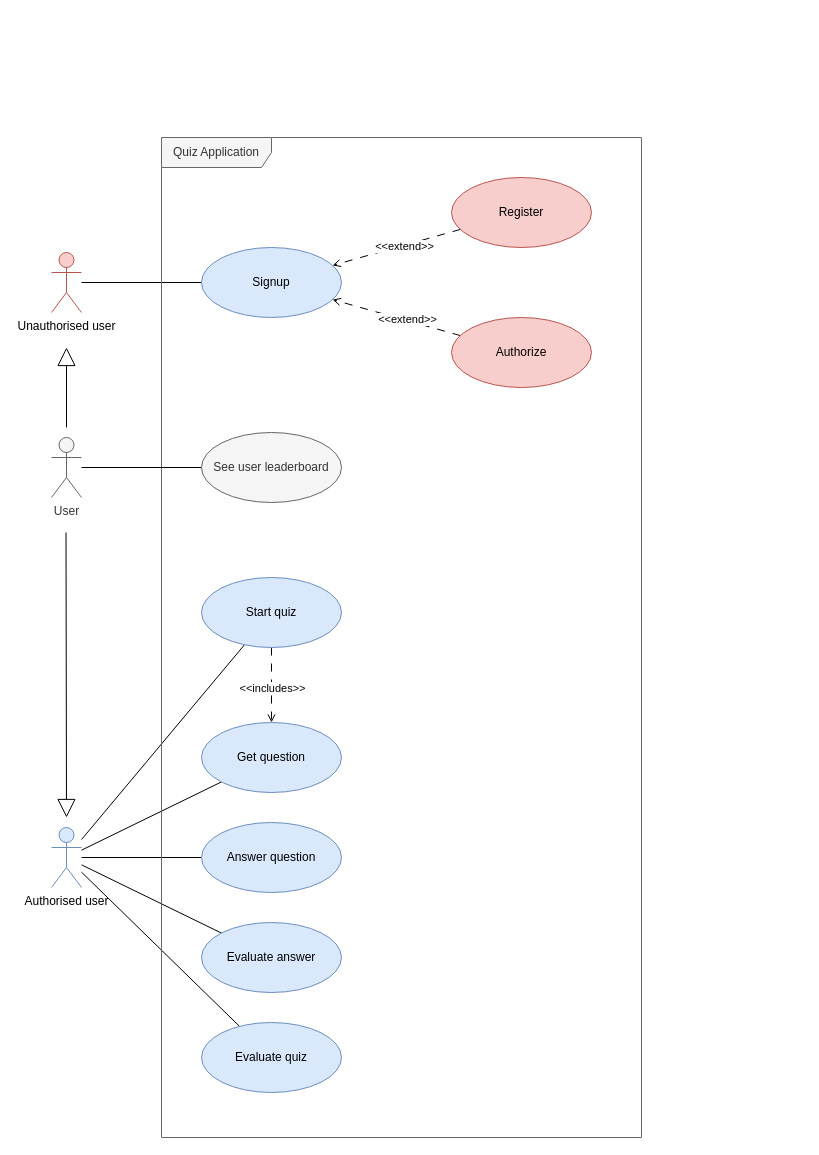
Earlier version of the draw.io diagram business_assignment/assets/quiz-use_cases.drawio (TomasGazo/slsp-solution-design-demo). Source tidied: cells renumbered, new cells numbered last; positions are measured from the earlier drawing's top-left corner, leaving out a move shared by most shapes. Both pictures are drawn from the tidied source at 100%, with x=0, y=0 at pixel (51, 137).
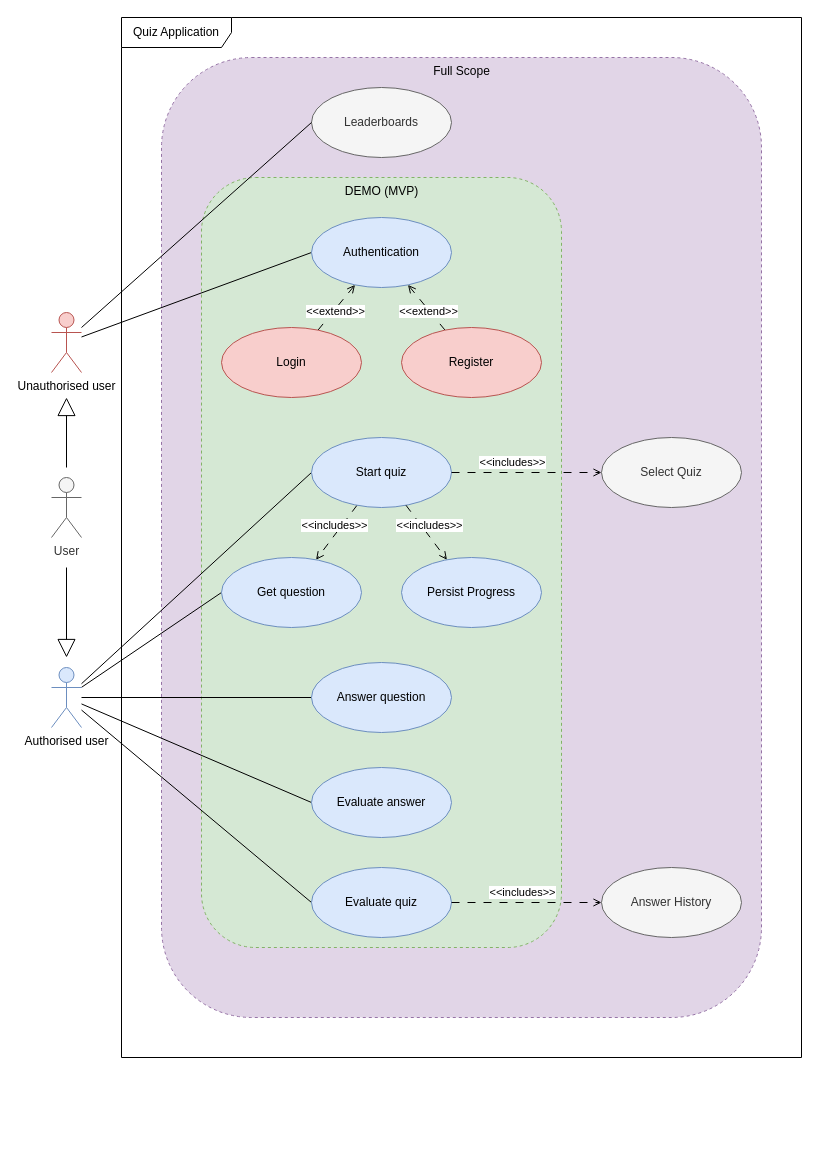
The same page after the edit.

Commit message (it also covers changes not shown here):
Updates Business Assignment - scope, requirements & UX

What changed in the source:
```diff
@@
+    <mxCell id="10" value="Quiz Application" style="shape=umlFrame;whiteSpace=wrap;html=1;width=110;height=30;" parent="1" vertex="1">
+      <mxGeometry x="70" y="-120" width="680" height="1040" as="geometry" />
+    </mxCell>
+    <mxCell id="30" value="Full Scope" style="html=1;fillColor=#e1d5e7;verticalAlign=top;strokeColor=#9673a6;dashed=1;rounded=1;perimeterSpacing=0;perimeter=rectanglePerimeter;" parent="1" vertex="1">
+      <mxGeometry x="110" y="-80" width="600" height="960" as="geometry" />
+    </mxCell>
+    <mxCell id="31" value="DEMO (MVP)" style="html=1;fillColor=#d5e8d4;verticalAlign=top;strokeColor=#82b366;dashed=1;rounded=1;perimeterSpacing=0;perimeter=rectanglePerimeter;" parent="1" vertex="1">
+      <mxGeometry x="150" y="40" width="360" height="770" as="geometry" />
+    </mxCell>
-    <mxCell id="2" style="edgeStyle=orthogonalEdgeStyle;rounded=0;jettySize=auto;html=1;endArrow=none;endFill=0;" parent="1" edge="1" source="3" target="11">
+    <mxCell id="2" style="rounded=0;jettySize=auto;html=1;endArrow=none;endFill=0;entryX=0;entryY=0.5;entryDx=0;entryDy=0;" parent="1" edge="1" source="3" target="11">
       <mxGeometry relative="1" as="geometry" />
     </mxCell>
     <mxCell id="3" value="Unauthorised user" style="shape=umlActor;verticalLabelPosition=bottom;verticalAlign=top;html=1;fillColor=#f8cecc;strokeColor=#b85450;" parent="1" vertex="1">
-      <mxGeometry y="115" width="30" height="60" as="geometry" />
+      <mxGeometry y="175" width="30" height="60" as="geometry" />
     </mxCell>
-    <mxCell id="4" style="rounded=0;jettySize=auto;html=1;endArrow=none;endFill=0;" parent="1" edge="1" source="9" target="20">
+    <mxCell id="4" style="rounded=0;jettySize=auto;html=1;endArrow=none;endFill=0;entryX=0;entryY=0.5;entryDx=0;entryDy=0;" parent="1" edge="1" source="9" target="20">
       <mxGeometry relative="1" as="geometry" />
     </mxCell>
-    <mxCell id="5" style="rounded=0;jettySize=auto;html=1;endArrow=none;endFill=0;" parent="1" edge="1" source="9" target="23">
+    <mxCell id="5" style="rounded=0;jettySize=auto;html=1;endArrow=none;endFill=0;entryX=0;entryY=0.5;entryDx=0;entryDy=0;" parent="1" edge="1" source="9" target="23">
       <mxGeometry relative="1" as="geometry" />
     </mxCell>
-    <mxCell id="6" style="rounded=0;jettySize=auto;html=1;endArrow=none;endFill=0;" parent="1" edge="1" source="9" target="25">
+    <mxCell id="6" style="rounded=0;jettySize=auto;html=1;endArrow=none;endFill=0;entryX=0;entryY=0.5;entryDx=0;entryDy=0;" parent="1" edge="1" source="9" target="25">
       <mxGeometry relative="1" as="geometry" />
     </mxCell>
@@
-    <mxCell id="8" style="rounded=0;jettySize=auto;html=1;endArrow=none;endFill=0;" parent="1" edge="1" source="9" target="26">
+    <mxCell id="8" style="rounded=0;jettySize=auto;html=1;endArrow=none;endFill=0;entryX=0;entryY=0.5;entryDx=0;entryDy=0;" parent="1" edge="1" source="9" target="26">
       <mxGeometry relative="1" as="geometry" />
     </mxCell>
     <mxCell id="9" value="Authorised user" style="shape=umlActor;verticalLabelPosition=bottom;verticalAlign=top;html=1;fillColor=#dae8fc;strokeColor=#6c8ebf;" parent="1" vertex="1">
-      <mxGeometry y="690" width="30" height="60" as="geometry" />
+      <mxGeometry y="530" width="30" height="60" as="geometry" />
     </mxCell>
-    <mxCell id="10" value="Quiz Application" style="shape=umlFrame;whiteSpace=wrap;html=1;width=110;height=30;fillColor=#f5f5f5;fontColor=#333333;strokeColor=#666666;" parent="1" vertex="1">
-      <mxGeometry x="110" width="480" height="1000" as="geometry" />
-    </mxCell>
-    <mxCell id="11" value="Signup" style="ellipse;whiteSpace=wrap;html=1;fillColor=#dae8fc;strokeColor=#6c8ebf;" parent="1" vertex="1">
-      <mxGeometry x="150" y="110" width="140" height="70" as="geometry" />
+    <mxCell id="11" value="Authentication" style="ellipse;whiteSpace=wrap;html=1;fillColor=#dae8fc;strokeColor=#6c8ebf;" parent="1" vertex="1">
+      <mxGeometry x="260" y="80" width="140" height="70" as="geometry" />
     </mxCell>
@@
     <mxCell id="14" value="Register" style="ellipse;whiteSpace=wrap;html=1;fillColor=#f8cecc;strokeColor=#b85450;" parent="1" vertex="1">
-      <mxGeometry x="400" y="40" width="140" height="70" as="geometry" />
+      <mxGeometry x="350" y="190" width="140" height="70" as="geometry" />
     </mxCell>
@@
-    <mxCell id="17" value="Authorize" style="ellipse;whiteSpace=wrap;html=1;fillColor=#f8cecc;strokeColor=#b85450;" parent="1" vertex="1">
-      <mxGeometry x="400" y="180" width="140" height="70" as="geometry" />
+    <mxCell id="17" value="Login" style="ellipse;whiteSpace=wrap;html=1;fillColor=#f8cecc;strokeColor=#b85450;" parent="1" vertex="1">
+      <mxGeometry x="170" y="190" width="140" height="70" as="geometry" />
     </mxCell>
-    <mxCell id="18" style="edgeStyle=orthogonalEdgeStyle;rounded=0;jettySize=auto;html=1;endArrow=open;endFill=0;startArrow=none;startFill=0;dashed=1;dashPattern=8 8;" parent="1" edge="1" source="20" target="23">
+    <mxCell id="18" style="rounded=0;jettySize=auto;html=1;endArrow=open;endFill=0;startArrow=none;startFill=0;dashed=1;dashPattern=8 8;" parent="1" edge="1" source="20" target="23">
       <mxGeometry relative="1" as="geometry" />
     </mxCell>
     <mxCell id="19" value="&amp;lt;&amp;lt;includes&amp;gt;&amp;gt;" style="edgeLabel;html=1;align=center;verticalAlign=middle;" parent="18" vertex="1">
       <mxGeometry x="0.12" relative="1" as="geometry">
-        <mxPoint y="-2" as="offset" />
+        <mxPoint y="-11" as="offset" />
       </mxGeometry>
     </mxCell>
     <mxCell id="20" value="Start quiz" style="ellipse;whiteSpace=wrap;html=1;fillColor=#dae8fc;strokeColor=#6c8ebf;" parent="1" vertex="1">
-      <mxGeometry x="150" y="440" width="140" height="70" as="geometry" />
+      <mxGeometry x="260" y="300" width="140" height="70" as="geometry" />
     </mxCell>
-    <mxCell id="21" style="rounded=0;jettySize=auto;html=1;endArrow=none;endFill=0;" parent="1" edge="1" source="22" target="27">
-      <mxGeometry relative="1" as="geometry" />
-    </mxCell>
     <mxCell id="22" value="User" style="shape=umlActor;verticalLabelPosition=bottom;verticalAlign=top;html=1;fillColor=#f5f5f5;fontColor=#333333;strokeColor=#666666;" parent="1" vertex="1">
-      <mxGeometry y="300" width="30" height="60" as="geometry" />
+      <mxGeometry y="340" width="30" height="60" as="geometry" />
     </mxCell>
     <mxCell id="23" value="Get question" style="ellipse;whiteSpace=wrap;html=1;fillColor=#dae8fc;strokeColor=#6c8ebf;" parent="1" vertex="1">
-      <mxGeometry x="150" y="585" width="140" height="70" as="geometry" />
+      <mxGeometry x="170" y="420" width="140" height="70" as="geometry" />
     </mxCell>
     <mxCell id="24" value="Answer question" style="ellipse;whiteSpace=wrap;html=1;fillColor=#dae8fc;strokeColor=#6c8ebf;" parent="1" vertex="1">
-      <mxGeometry x="150" y="685" width="140" height="70" as="geometry" />
+      <mxGeometry x="260" y="525" width="140" height="70" as="geometry" />
     </mxCell>
     <mxCell id="25" value="Evaluate answer" style="ellipse;whiteSpace=wrap;html=1;fillColor=#dae8fc;strokeColor=#6c8ebf;" parent="1" vertex="1">
-      <mxGeometry x="150" y="785" width="140" height="70" as="geometry" />
+      <mxGeometry x="260" y="630" width="140" height="70" as="geometry" />
     </mxCell>
     <mxCell id="26" value="Evaluate quiz" style="ellipse;whiteSpace=wrap;html=1;fillColor=#dae8fc;strokeColor=#6c8ebf;" parent="1" vertex="1">
-      <mxGeometry x="150" y="885" width="140" height="70" as="geometry" />
+      <mxGeometry x="260" y="730" width="140" height="70" as="geometry" />
     </mxCell>
-    <mxCell id="27" value="See user leaderboard" style="ellipse;whiteSpace=wrap;html=1;fillColor=#f5f5f5;strokeColor=#666666;fontColor=#333333;" parent="1" vertex="1">
-      <mxGeometry x="150" y="295" width="140" height="70" as="geometry" />
-    </mxCell>
     <mxCell id="28" style="endArrow=block;endSize=16;endFill=0;html=1;rounded=0;" parent="1" edge="1">
       <mxGeometry relative="1" as="geometry">
-        <mxPoint x="14.5" y="395" as="sourcePoint" />
-        <mxPoint x="15" y="680" as="targetPoint" />
+        <mxPoint x="15" y="430" as="sourcePoint" />
+        <mxPoint x="15" y="520" as="targetPoint" />
       </mxGeometry>
     </mxCell>
     <mxCell id="29" style="endArrow=block;endSize=16;endFill=0;html=1;rounded=0;" parent="1" edge="1">
       <mxGeometry relative="1" as="geometry">
-        <mxPoint x="15" y="290" as="sourcePoint" />
-        <mxPoint x="15" y="210" as="targetPoint" />
+        <mxPoint x="15" y="330" as="sourcePoint" />
+        <mxPoint x="15" y="260" as="targetPoint" />
       </mxGeometry>
     </mxCell>
+    <mxCell id="32" value="Leaderboards" style="ellipse;whiteSpace=wrap;html=1;fillColor=#f5f5f5;strokeColor=#666666;fontColor=#333333;" parent="1" vertex="1">
+      <mxGeometry x="260" y="-50" width="140" height="70" as="geometry" />
+    </mxCell>
+    <mxCell id="33" style="rounded=0;jettySize=auto;html=1;endArrow=none;endFill=0;entryX=0;entryY=0.5;entryDx=0;entryDy=0;exitX=1;exitY=0.25;exitDx=0;exitDy=0;exitPerimeter=0;" parent="1" edge="1" source="3" target="32">
+      <mxGeometry relative="1" as="geometry" />
+    </mxCell>
+    <mxCell id="34" value="Select Quiz" style="ellipse;whiteSpace=wrap;html=1;fillColor=#f5f5f5;strokeColor=#666666;fontColor=#333333;" parent="1" vertex="1">
+      <mxGeometry x="550" y="300" width="140" height="70" as="geometry" />
+    </mxCell>
+    <mxCell id="35" style="rounded=0;jettySize=auto;html=1;endArrow=open;endFill=0;startArrow=none;startFill=0;dashed=1;dashPattern=8 8;entryX=0;entryY=0.5;entryDx=0;entryDy=0;exitX=1;exitY=0.5;exitDx=0;exitDy=0;" parent="1" edge="1" source="20" target="34">
+      <mxGeometry relative="1" as="geometry" />
+    </mxCell>
+    <mxCell id="36" value="&amp;lt;&amp;lt;includes&amp;gt;&amp;gt;" style="edgeLabel;html=1;align=center;verticalAlign=middle;" parent="35" vertex="1">
+      <mxGeometry x="0.12" relative="1" as="geometry">
+        <mxPoint x="-24" y="-11" as="offset" />
+      </mxGeometry>
+    </mxCell>
+    <mxCell id="37" value="Answer History" style="ellipse;whiteSpace=wrap;html=1;fillColor=#f5f5f5;strokeColor=#666666;fontColor=#333333;" parent="1" vertex="1">
+      <mxGeometry x="550" y="730" width="140" height="70" as="geometry" />
+    </mxCell>
+    <mxCell id="38" style="rounded=0;jettySize=auto;html=1;endArrow=open;endFill=0;startArrow=none;startFill=0;dashed=1;dashPattern=8 8;entryX=0;entryY=0.5;entryDx=0;entryDy=0;exitX=1;exitY=0.5;exitDx=0;exitDy=0;" parent="1" edge="1" source="26" target="37">
+      <mxGeometry relative="1" as="geometry" />
+    </mxCell>
+    <mxCell id="39" value="&amp;lt;&amp;lt;includes&amp;gt;&amp;gt;" style="edgeLabel;html=1;align=center;verticalAlign=middle;" parent="38" vertex="1">
+      <mxGeometry x="0.12" relative="1" as="geometry">
+        <mxPoint x="-14" y="-11" as="offset" />
+      </mxGeometry>
+    </mxCell>
+    <mxCell id="40" value="Persist Progress" style="ellipse;whiteSpace=wrap;html=1;fillColor=#dae8fc;strokeColor=#6c8ebf;" parent="1" vertex="1">
+      <mxGeometry x="350" y="420" width="140" height="70" as="geometry" />
+    </mxCell>
+    <mxCell id="41" style="rounded=0;jettySize=auto;html=1;endArrow=open;endFill=0;startArrow=none;startFill=0;dashed=1;dashPattern=8 8;" parent="1" edge="1" source="20" target="40">
+      <mxGeometry relative="1" as="geometry" />
+    </mxCell>
+    <mxCell id="42" value="&amp;lt;&amp;lt;includes&amp;gt;&amp;gt;" style="edgeLabel;html=1;align=center;verticalAlign=middle;" parent="41" vertex="1">
+      <mxGeometry x="0.12" relative="1" as="geometry">
+        <mxPoint y="-11" as="offset" />
+      </mxGeometry>
+    </mxCell>
```
